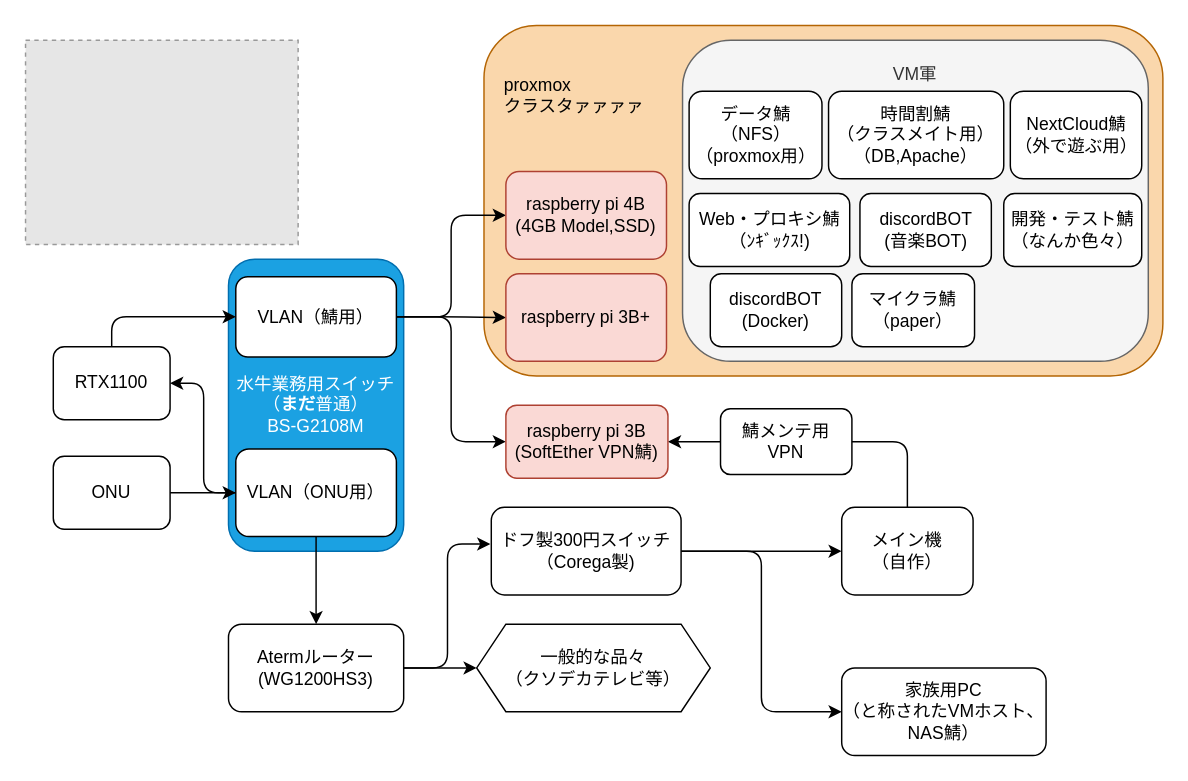
This is editdata.drawio from launchpencil/lp-infra, a draw.io file, before an edit. Source tidied: cells renumbered, new cells numbered last; positions are measured from the earlier drawing's top-left corner, leaving out a move shared by most shapes. Both pictures are drawn from the tidied source at 146%, with x=0, y=0 at pixel (25, 25). Pictures stored in the file or linked from it are replaced by grey dashed boxes.
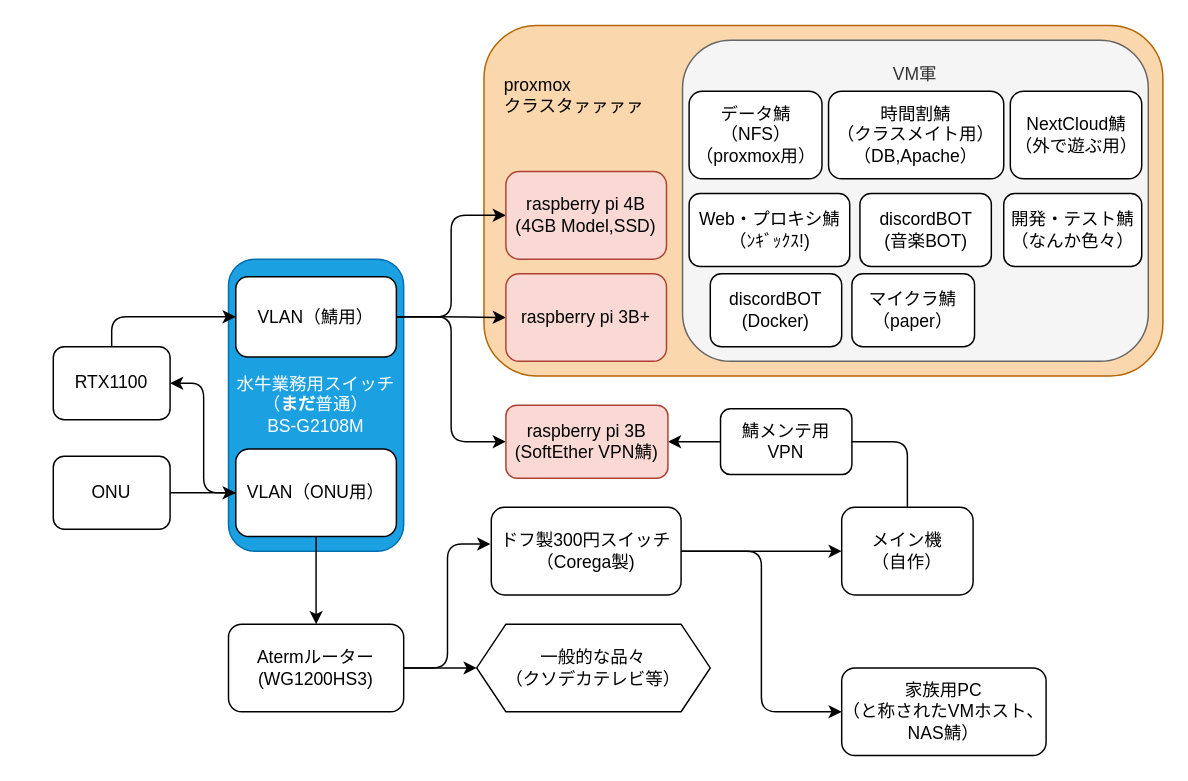
The same page after the edit.

The edit, as a diff of the source:
```diff
@@
-    <mxCell id="36" style="fillColor=#E6E6E6;strokeColor=#999999;dashed=1;verticalLabelPosition=bottom;labelBackgroundColor=#ffffff;verticalAlign=top;" parent="1" vertex="1">
-      <mxGeometry y="10" width="186.7" height="140" as="geometry" />
-    </mxCell>
```
